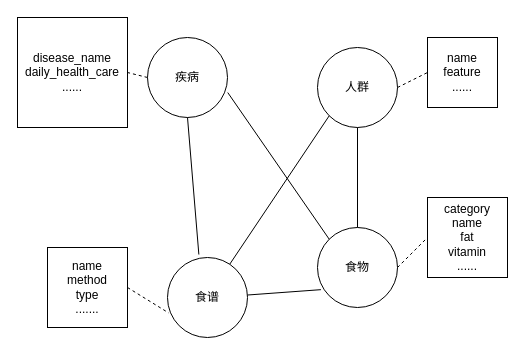
Before: page "第 6 页" (5 of 7) of flowchart/毕设.drawio in honghangzhi/diagrams, a draw.io diagram. Source tidied: cells renumbered, new cells numbered last; positions are measured from the earlier drawing's top-left corner, leaving out a move shared by most shapes. Both pictures are drawn from the tidied source at 100%, with x=0, y=0 at pixel (17, 17).
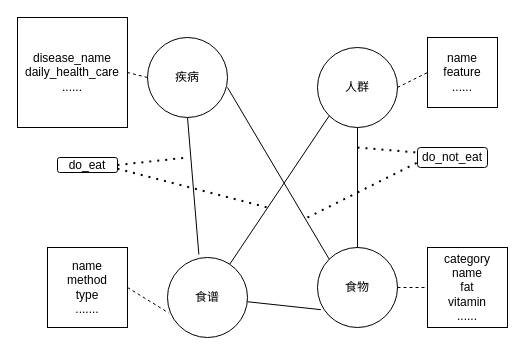
The same diagram, later.

The change refers to these unchanged cells:
```xml
<mxCell id="2" value="疾病" style="ellipse;whiteSpace=wrap;html=1;" parent="1" vertex="1">
  <mxGeometry x="130" y="20" width="80" height="80" as="geometry" />
</mxCell>
```

Diff of the diagram source:
```diff
@@
     <mxCell id="5" value="食物" style="ellipse;whiteSpace=wrap;html=1;" parent="1" vertex="1">
-      <mxGeometry x="300" y="210" width="80" height="80" as="geometry" />
+      <mxGeometry x="300" y="230" width="80" height="80" as="geometry" />
     </mxCell>
@@
-    <mxCell id="10" style="endArrow=none;html=1;rounded=0;entryX=0;entryY=0;entryDx=0;entryDy=0;exitX=1.003;exitY=0.688;exitDx=0;exitDy=0;exitPerimeter=0;" parent="1" edge="1" source="2" target="5">
-      <mxGeometry relative="1" as="geometry" />
+    <mxCell id="10" style="endArrow=none;html=1;rounded=0;entryX=0;entryY=0;entryDx=0;entryDy=0;" parent="1" edge="1" target="5">
+      <mxGeometry relative="1" as="geometry">
+        <mxPoint x="210" y="70" as="sourcePoint" />
+      </mxGeometry>
     </mxCell>
@@
     <mxCell id="13" value="category&lt;br&gt;name&lt;br&gt;fat&lt;br&gt;vitamin&lt;br&gt;......" style="whiteSpace=wrap;html=1;" parent="1" vertex="1">
-      <mxGeometry x="410" y="180" width="80" height="80" as="geometry" />
+      <mxGeometry x="410" y="230" width="80" height="80" as="geometry" />
     </mxCell>
@@
+    <mxCell id="19" style="endArrow=none;dashed=1;html=1;dashPattern=1 3;strokeWidth=2;rounded=0;exitX=1;exitY=0.5;exitDx=0;exitDy=0;" parent="1" edge="1" source="21">
+      <mxGeometry relative="1" as="geometry">
+        <mxPoint x="170" y="140" as="targetPoint" />
+      </mxGeometry>
+    </mxCell>
+    <mxCell id="20" value="do_not_eat" style="rounded=1;whiteSpace=wrap;html=1;" parent="1" vertex="1">
+      <mxGeometry x="400" y="130" width="70" height="20" as="geometry" />
+    </mxCell>
+    <mxCell id="21" value="do_eat" style="rounded=1;whiteSpace=wrap;html=1;" parent="1" vertex="1">
+      <mxGeometry x="40" y="140" width="60" height="15" as="geometry" />
+    </mxCell>
+    <mxCell id="22" style="endArrow=none;dashed=1;html=1;dashPattern=1 3;strokeWidth=2;rounded=0;exitX=1;exitY=0.75;exitDx=0;exitDy=0;" parent="1" edge="1" source="21">
+      <mxGeometry relative="1" as="geometry">
+        <mxPoint x="250" y="190" as="targetPoint" />
+      </mxGeometry>
+    </mxCell>
+    <mxCell id="23" style="endArrow=none;dashed=1;html=1;dashPattern=1 3;strokeWidth=2;rounded=0;entryX=0;entryY=0.25;entryDx=0;entryDy=0;" parent="1" edge="1" target="20">
+      <mxGeometry relative="1" as="geometry">
+        <mxPoint x="340" y="130" as="sourcePoint" />
+      </mxGeometry>
+    </mxCell>
+    <mxCell id="24" style="endArrow=none;dashed=1;html=1;dashPattern=1 3;strokeWidth=2;rounded=0;entryX=0;entryY=0.75;entryDx=0;entryDy=0;" parent="1" edge="1" target="20">
+      <mxGeometry relative="1" as="geometry">
+        <mxPoint x="290" y="200" as="sourcePoint" />
+      </mxGeometry>
+    </mxCell>
```
